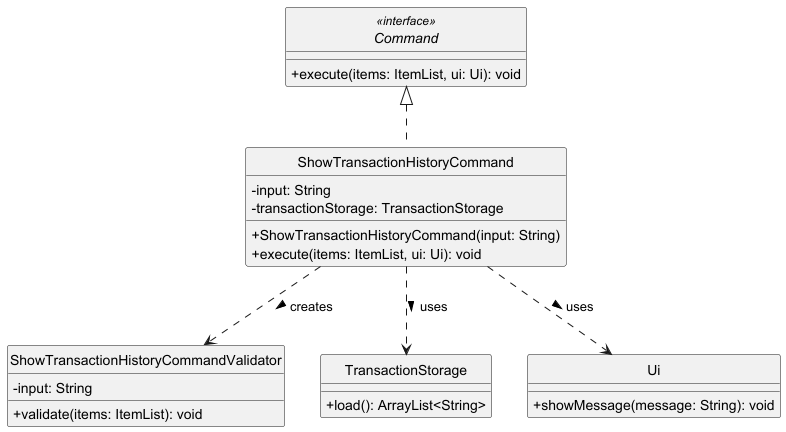
This is docs/diagrams/ShowTransactionHistoryCommandClassDiagram.png from adbsw/tp, a PlantUML export, as it was before one commit.
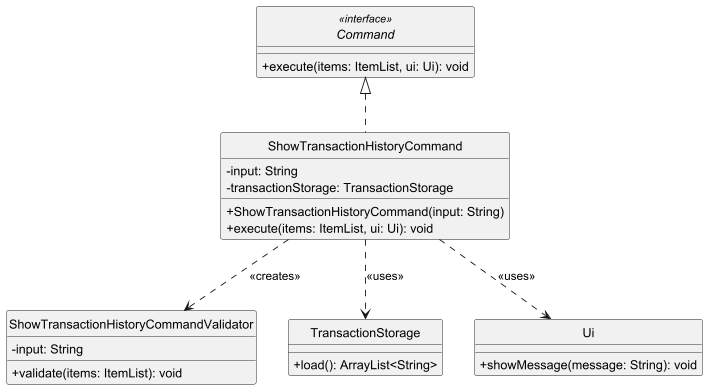
Above is the later version.

Diff of the diagram source:
```diff
@@ -31,8 +31,8 @@
 
 Command <|.. ShowTransactionHistoryCommand
 
-ShowTransactionHistoryCommand ..> ShowTransactionHistoryCommandValidator : creates >
-ShowTransactionHistoryCommand ..> TransactionStorage : uses >
-ShowTransactionHistoryCommand ..> Ui : uses >
+ShowTransactionHistoryCommand ..> ShowTransactionHistoryCommandValidator : <<creates>>
+ShowTransactionHistoryCommand ..> TransactionStorage : <<uses>>
+ShowTransactionHistoryCommand ..> Ui : <<uses>>
 
 @enduml
```
